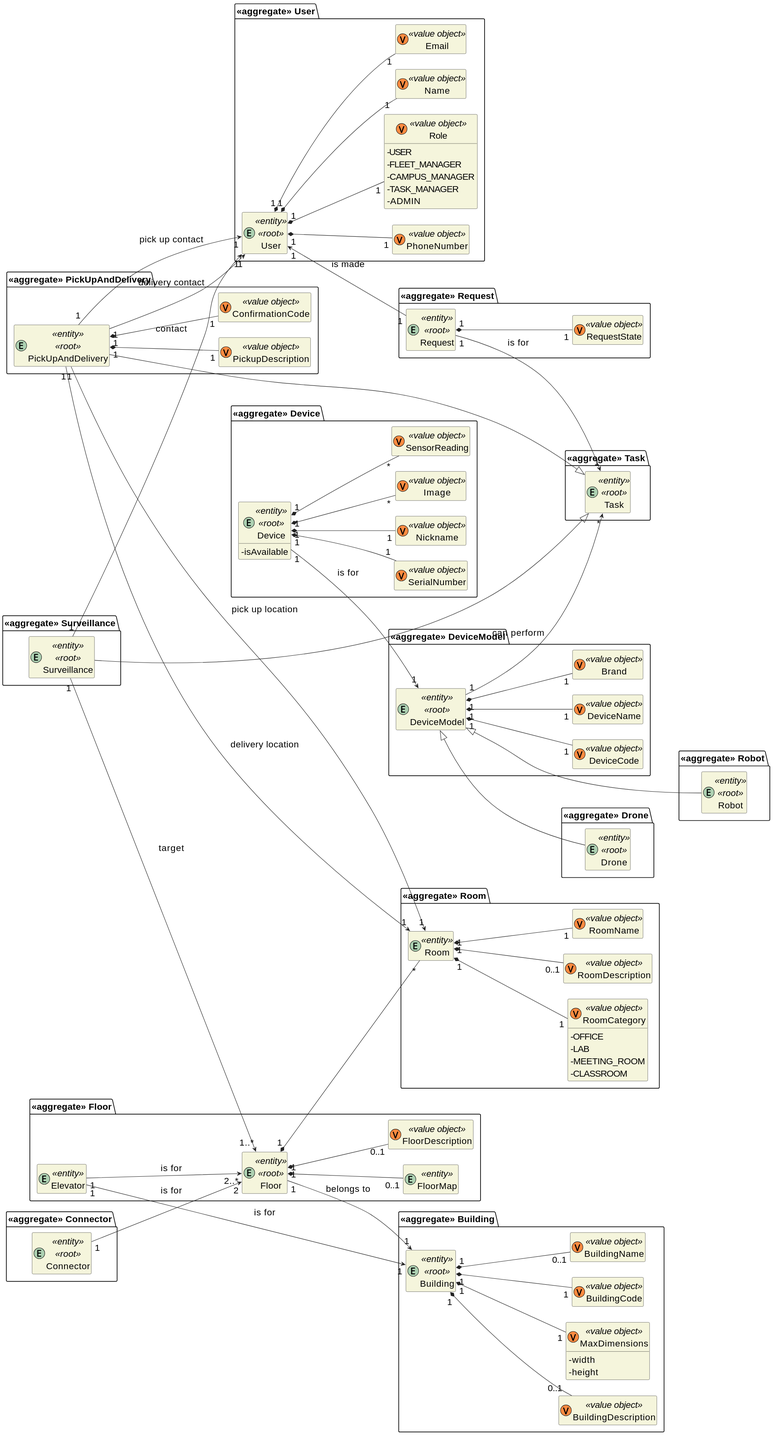
This is _wiki/dm/assets/dm.svg from miseEnPlace-dev/lapr5, a PlantUML export, as it was before one commit.
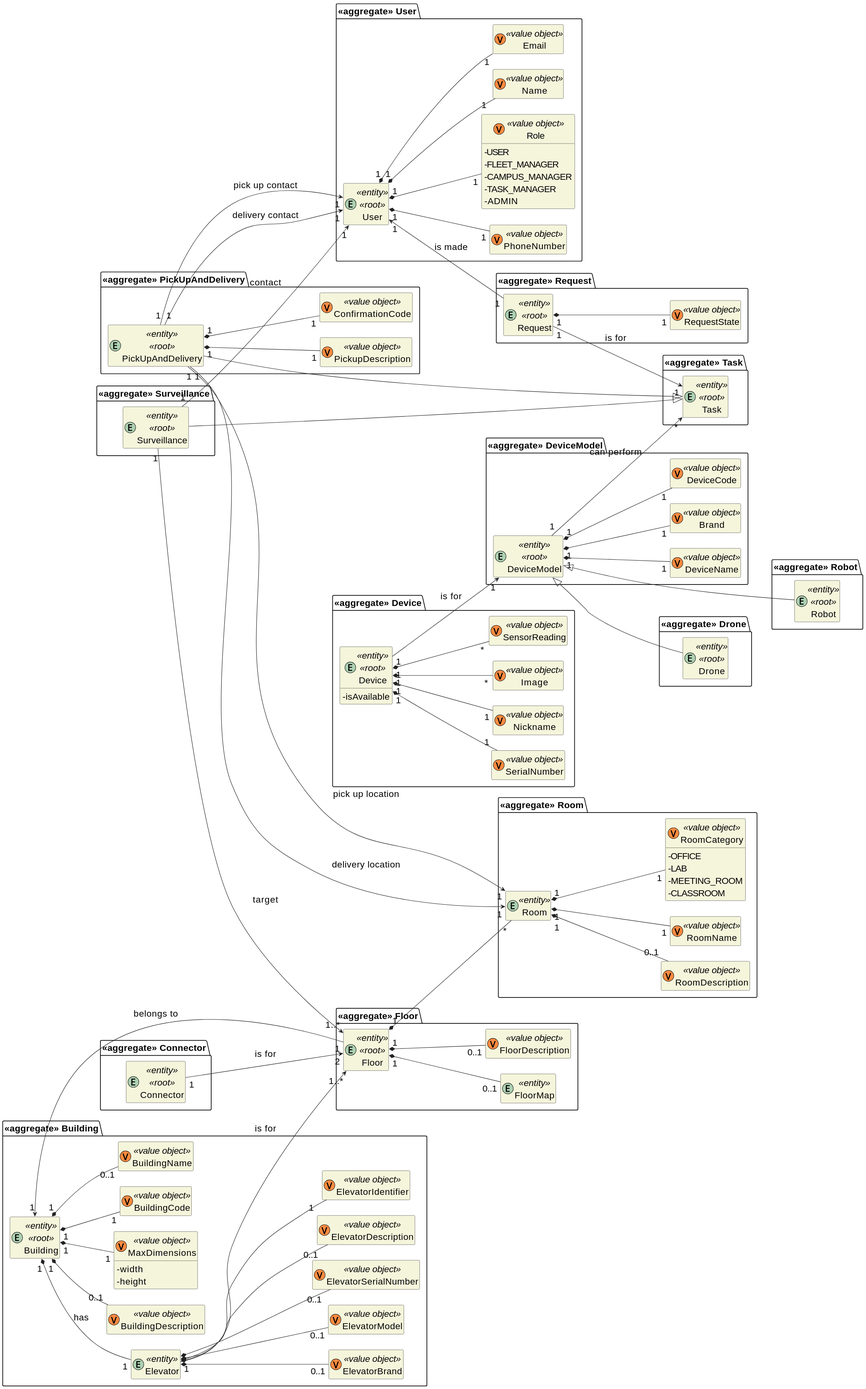
Above is the later version.

Diff of the diagram source:
```diff
@@ -73,7 +73,6 @@
 package "<<aggregate>> Floor" {
   entity Floor <<entity>> <<root>> { }
 
-  entity Elevator <<entity>> { }
   entity FloorMap <<entity>> { }
   class FloorDescription <<(V,#FF8B40) value object>> {}
 }
@@ -96,13 +95,18 @@
 Room "1" *-- "0..1" RoomDescription
 Room "1" *-- "1" RoomCategory
 
-Elevator "1" --> "2..*" Floor : is for
 
 package "<<aggregate>> Building" {
   entity Building <<entity>> <<root>> { }
 
   class BuildingCode <<(V,#FF8B40) value object>> {}
   class BuildingName <<(V,#FF8B40) value object>> {}
+  entity Elevator <<entity>> { }
+  class ElevatorIdentifier <<(V,#FF8B40) value object>> {}
+  class ElevatorBrand <<(V,#FF8B40) value object>> {}
+  class ElevatorModel <<(V,#FF8B40) value object>> {}
+  class ElevatorSerialNumber <<(V,#FF8B40) value object>> {}
+  class ElevatorDescription <<(V,#FF8B40) value object>> {}
   class BuildingDescription <<(V,#FF8B40) value object>> {}
   class MaxDimensions <<(V,#FF8B40) value object>> {
     - width
@@ -110,7 +114,13 @@
   }
 }
 
-Elevator "1" ---> "1" Building : is for
+Elevator "1" --> "1..*" Floor : is for
+Building "1" *-- "1" Elevator : has
+Elevator *-- "1" ElevatorIdentifier
+Elevator *-- "0..1" ElevatorBrand
+Elevator *-- "0..1" ElevatorModel
+Elevator *-- "0..1" ElevatorSerialNumber
+Elevator *-- "0..1" ElevatorDescription
 
 package "<<aggregate>> Connector" {
   entity Connector <<entity>> <<root>> { }
```
